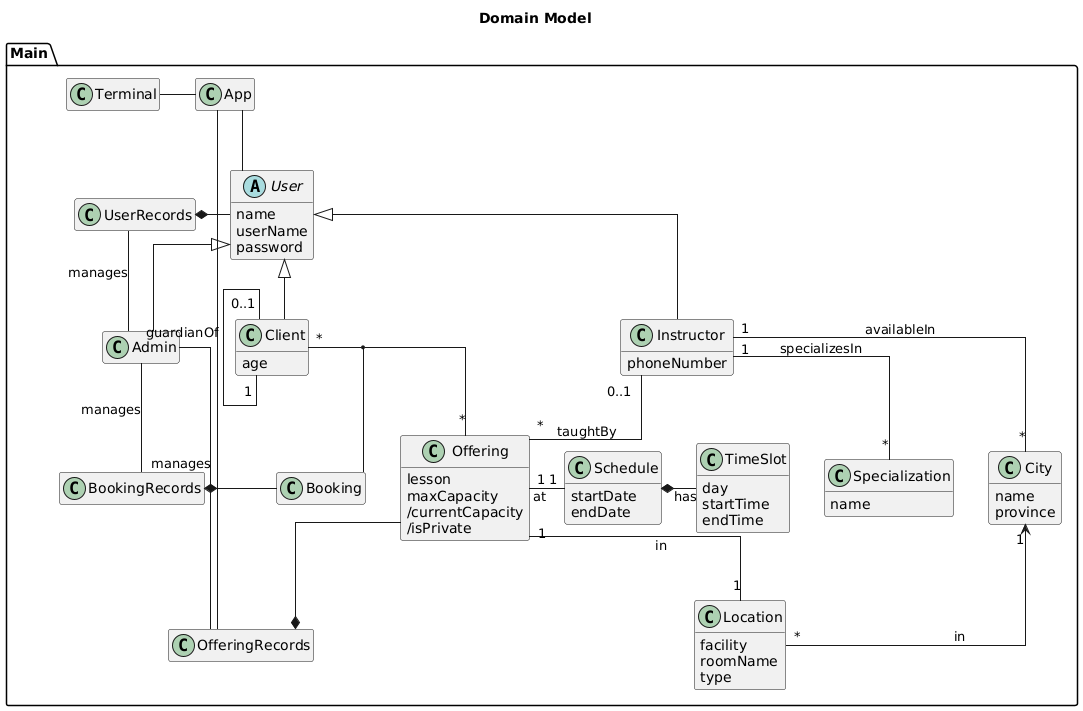
Earlier version of the PlantUML export diagrams/out/domain-model/Domain Model.png (NathanGrenier/SOEN-342-Project). Its diagram source:
```plantuml
@startuml
title Domain Model

hide empty members
skinparam linetype ortho

package Main {
    class Terminal {}
    class App {}

    class UserRecords {}
    abstract User {
        name
        userName
        password
    }
    class Client {
        age
    }
    class Specialization {
        name
    }
    class Instructor {
        phoneNumber
    }
    class Admin {}

    class OfferingRecords {}
    class Offering {
        lesson
        maxCapacity
        /currentCapacity
        /isPrivate
    }

    class City {
        name
        province
    }
    class Location {
        facility
        roomName
        type
    }

    class Schedule {
        startDate
        endDate
    }
    class TimeSlot {
        day
        startTime
        endTime
    }

    class BookingRecords {}
    class Booking {}

    Terminal - App
    App -- User
    App -- OfferingRecords

    User <|-- Client
    User <|-- Instructor
    User <|-- Admin

    UserRecords *- User

    Location "*" -up-> "1" City: in

    Schedule *- TimeSlot: has

    Offering --* OfferingRecords
    Offering "1" - "1" Schedule: at
    Offering "1" -- "1" Location: in

    Instructor "1" -- "*" Specialization: specializesIn
    Instructor "1" -- "*" City: availableIn
    Instructor "0..1" -- "*" Offering: taughtBy

    Client "*" - "*" Offering
    Client "0..1" -- "1" Client: guardianOf

    (Client, Offering) -- Booking
    Booking -left-* BookingRecords


    Admin -up- UserRecords: manages
    Admin -- BookingRecords: manages
    Admin -- OfferingRecords: manages
}
@enduml
```
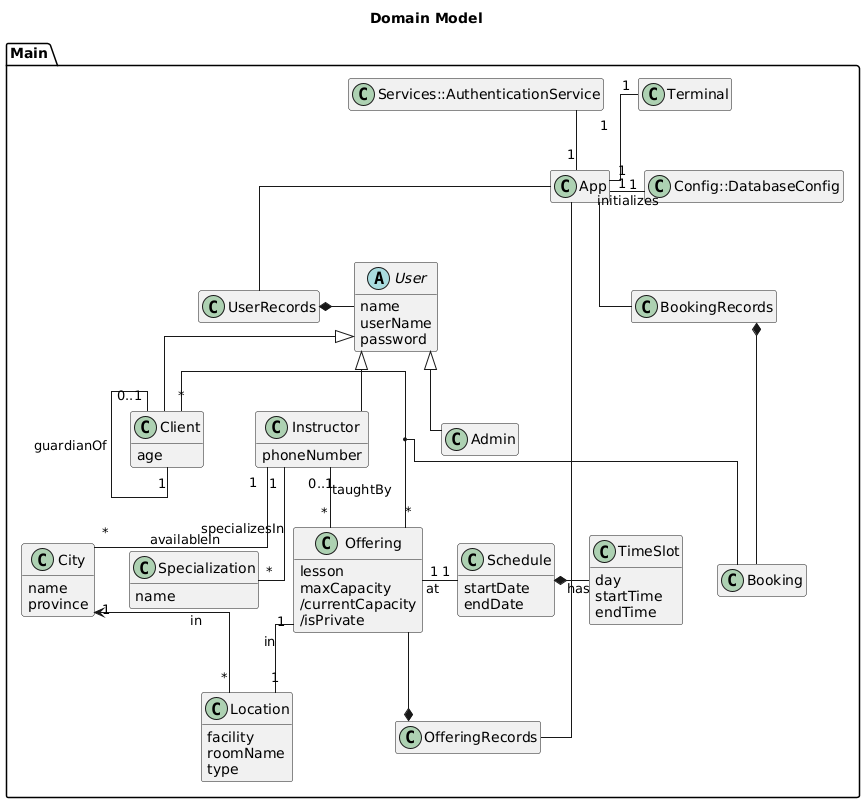
Later version of the same file.

The edit, as a diff of the source:
```diff
@@ -1,4 +1,4 @@
-@startuml
+@startuml Domain Model
 title Domain Model
 
 hide empty members
@@ -7,6 +7,9 @@
 package Main {
     class Terminal {}
     class App {}
+    class Services::AuthenticationService {}
+    class Config::DatabaseConfig {}
+
 
     class UserRecords {}
     abstract User {
@@ -56,9 +59,12 @@
     class BookingRecords {}
     class Booking {}
 
-    Terminal - App
-    App -- User
+    App "1" -up- "1" Terminal
+    App "1" -up- "1" Services::AuthenticationService
+    App "1" - "1" Config::DatabaseConfig: initializes
+    App -- UserRecords
     App -- OfferingRecords
+    App -- BookingRecords
 
     User <|-- Client
     User <|-- Instructor
@@ -83,10 +89,5 @@
 
     (Client, Offering) -- Booking
     Booking -left-* BookingRecords
-
-
-    Admin -up- UserRecords: manages
-    Admin -- BookingRecords: manages
-    Admin -- OfferingRecords: manages
 }
 @enduml
```
